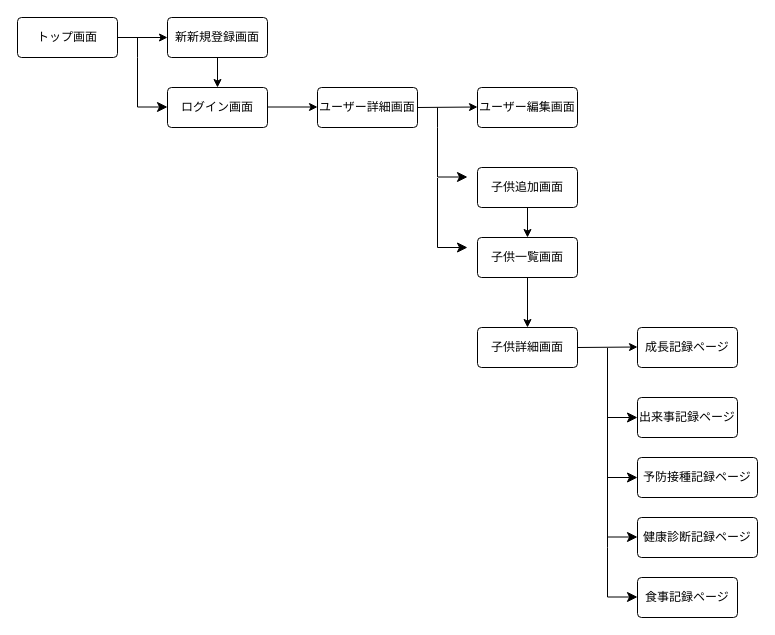
Before: oyako-life2.dio in tetsupon/oyako-life, a draw.io diagram. Source tidied: cells renumbered, new cells numbered last; positions are measured from the earlier drawing's top-left corner, leaving out a move shared by most shapes. Both pictures are drawn from the tidied source at 100%, with x=0, y=0 at pixel (17, 17).
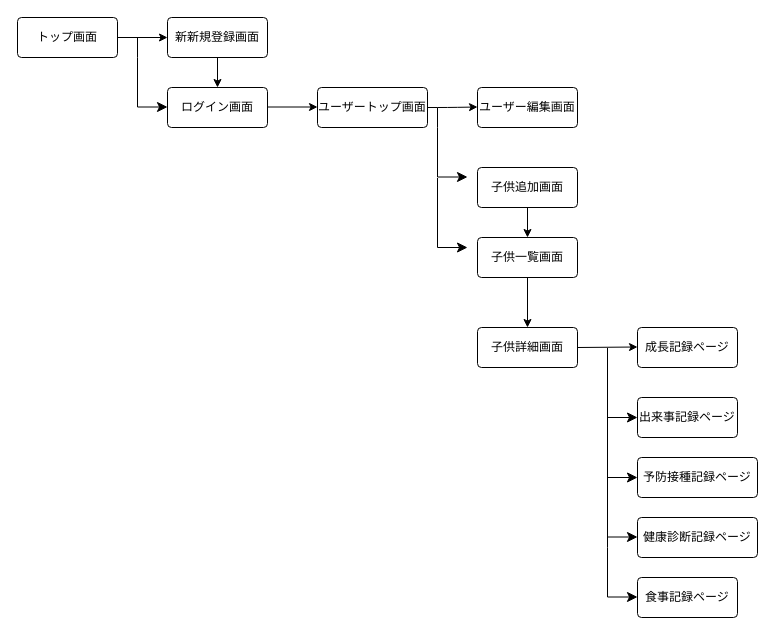
The same diagram, later.

Commit message (it also covers changes not shown here):
README（ER図・画面遷移図）作成

Diff of the diagram source:
```diff
@@
-    <mxCell id="6" value="ユーザー詳細画面" style="rounded=1;arcSize=10;whiteSpace=wrap;html=1;align=center;" parent="1" vertex="1">
-      <mxGeometry x="300" y="70" width="100" height="40" as="geometry" />
+    <mxCell id="6" value="ユーザートップ画面" style="rounded=1;arcSize=10;whiteSpace=wrap;html=1;align=center;" parent="1" vertex="1">
+      <mxGeometry x="300" y="70" width="110" height="40" as="geometry" />
     </mxCell>
@@
     <mxCell id="16" style="endArrow=classic;html=1;entryX=0;entryY=0.5;entryDx=0;entryDy=0;exitX=1;exitY=0.5;exitDx=0;exitDy=0;" parent="1" edge="1" source="6">
       <mxGeometry relative="1" as="geometry">
         <mxPoint x="460" y="89.5" as="targetPoint" />
+        <Array as="points">
+          <mxPoint x="430" y="90" />
+        </Array>
       </mxGeometry>
     </mxCell>
```
